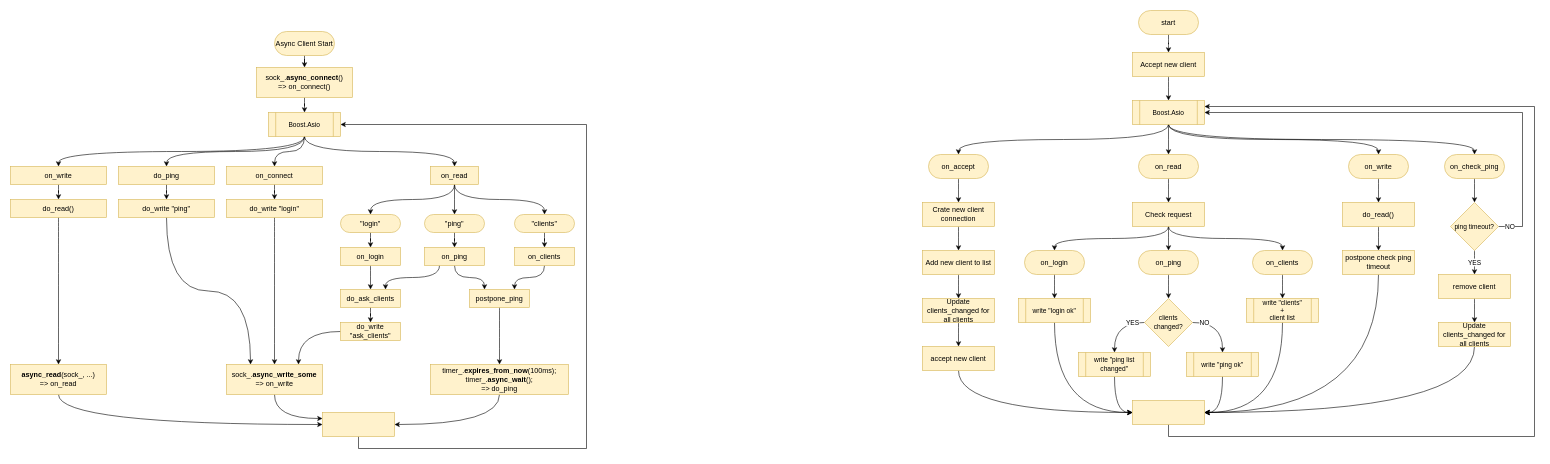
Above: page "Page-2" (2 of 2) of diags/torjo_boost_asio.drawio in marleeeeeey/cpp_notes (draw.io), before the change. Source tidied: cells renumbered, new cells numbered last; positions are measured from the earlier drawing's top-left corner, leaving out a move shared by most shapes. Both pictures are drawn from the tidied source at 60%, with x=0, y=0 at pixel (10, 10).
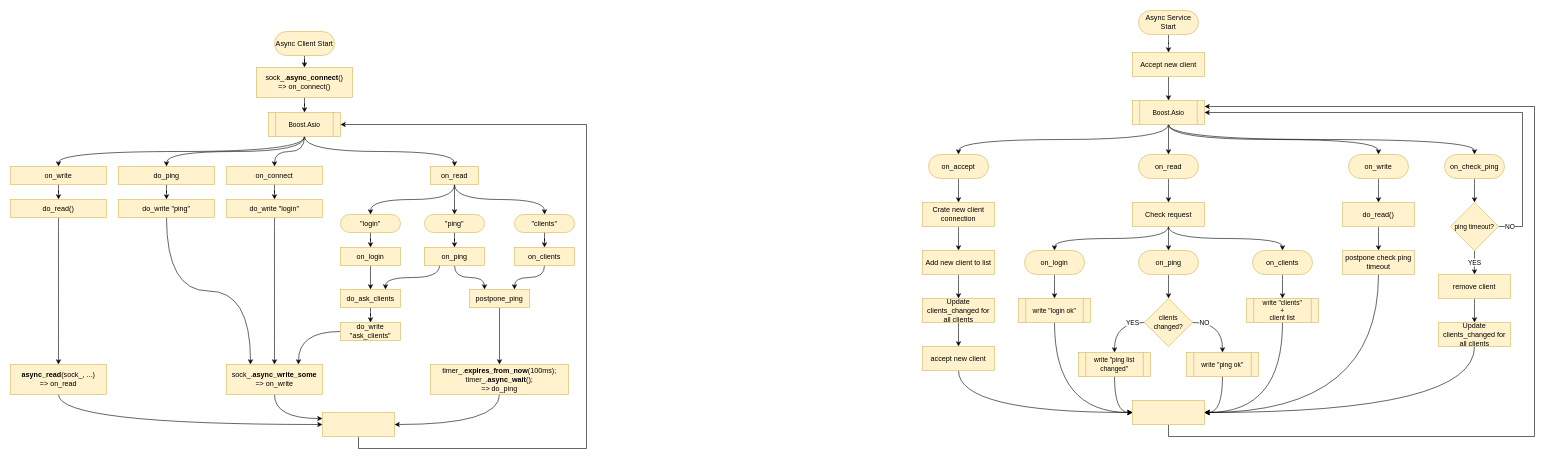
Above is the later version.

Diff of the diagram source:
```diff
@@
-    <mxCell id="5" value="start" style="rounded=1;whiteSpace=wrap;html=1;arcSize=50;fillColor=#fff2cc;strokeColor=#d6b656;" parent="1" vertex="1">
+    <mxCell id="5" value="Async Service Start" style="rounded=1;whiteSpace=wrap;html=1;arcSize=50;fillColor=#fff2cc;strokeColor=#d6b656;" parent="1" vertex="1">
       <mxGeometry x="1880" width="100" height="40" as="geometry" />
     </mxCell>
```
